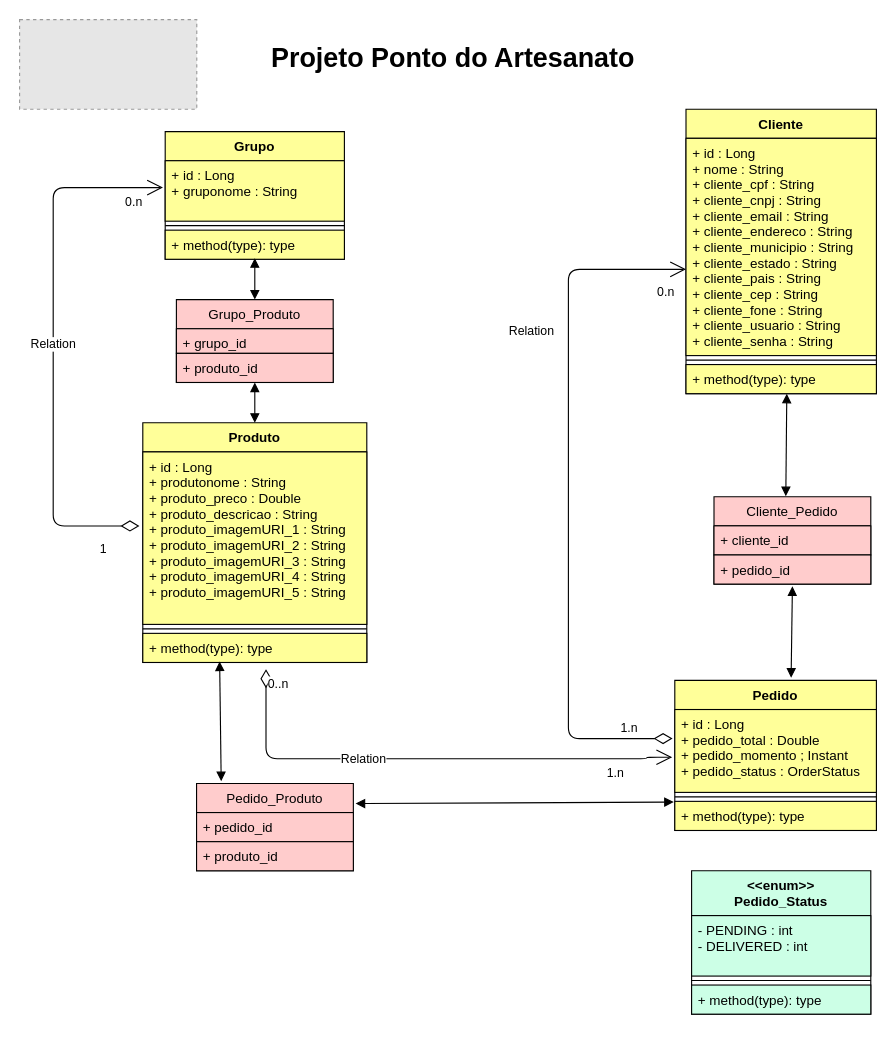
OrestesAraujo-Star/ponto-do-artesanato keeps this draw.io diagram as Documentação/Diagrama Ponto do Artesanato.drawio. Above is the earlier version. Source tidied: cells renumbered, new cells numbered last; positions are measured from the earlier drawing's top-left corner, leaving out a move shared by most shapes. Both pictures are drawn from the tidied source at 112%, with x=0, y=0 at pixel (19, 19). Pictures stored in the file or linked from it are replaced by grey dashed boxes.
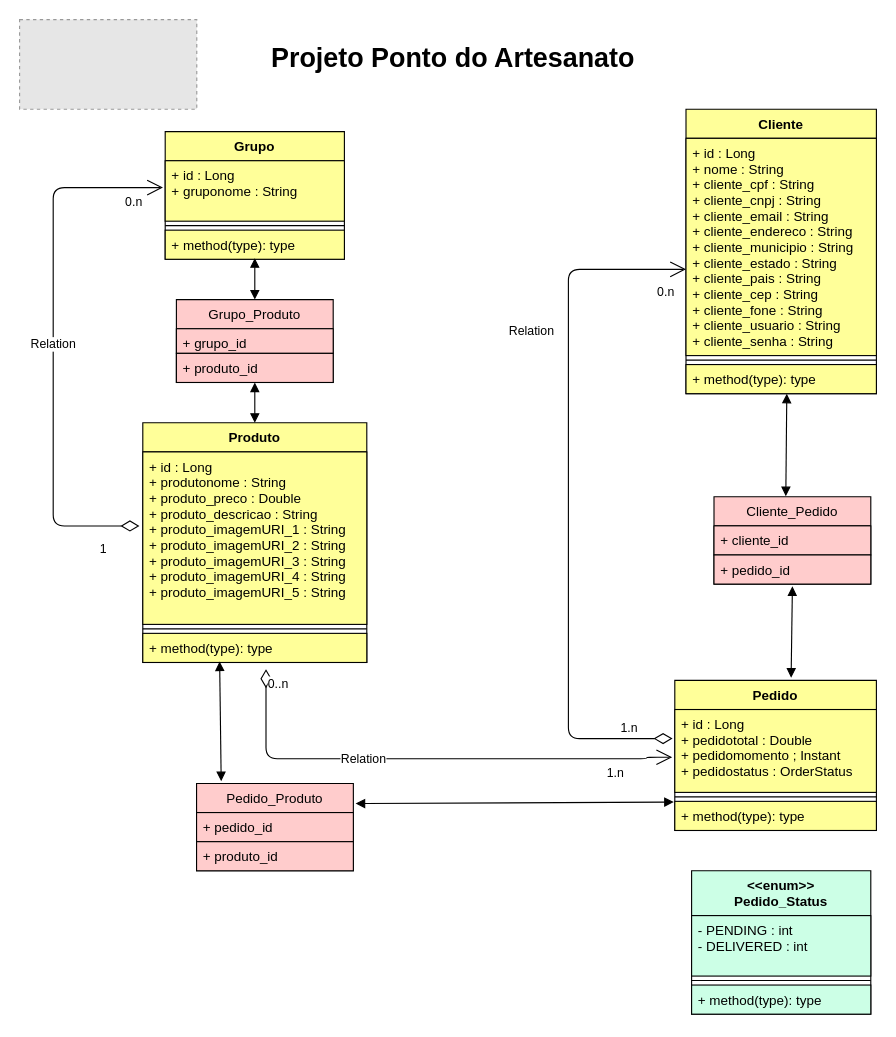
The same page after the edit.

The change refers to these unchanged cells:
```xml
<mxCell id="14" value="Pedido" style="swimlane;fontStyle=1;align=center;verticalAlign=top;horizontal=1;startSize=26;fillColor=#FFFF99;" parent="1" vertex="1">
  <mxGeometry x="585" y="590" width="180" height="134" as="geometry" />
</mxCell>
```

Change to the diagram source:
```diff
@@
-    <mxCell id="15" value="+ id : Long&#10;+ pedido_total : Double&#10;+ pedido_momento ; Instant&#10;+ pedido_status : OrderStatus&#10;" style="text;fillColor=#FFFF99;align=left;verticalAlign=top;spacingLeft=4;spacingRight=4;overflow=hidden;points=[[0,0.5],[1,0.5]];portConstraint=eastwest;strokeColor=#000000;" parent="14" vertex="1">
+    <mxCell id="15" value="+ id : Long&#10;+ pedidototal : Double&#10;+ pedidomomento ; Instant&#10;+ pedidostatus : OrderStatus&#10;" style="text;fillColor=#FFFF99;align=left;verticalAlign=top;spacingLeft=4;spacingRight=4;overflow=hidden;points=[[0,0.5],[1,0.5]];portConstraint=eastwest;strokeColor=#000000;" parent="14" vertex="1">
       <mxGeometry y="26" width="180" height="74" as="geometry" />
     </mxCell>
```
